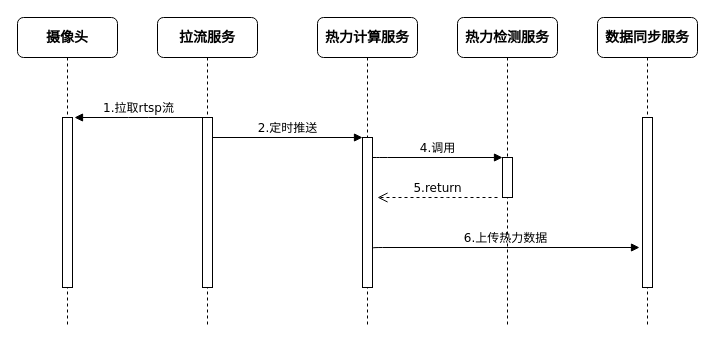
This is page "热力分析" (2 of 4) of 客流分析.drawio from xiaoxinyi/draw-io, a draw.io file, before an edit. Source tidied: cells renumbered, new cells numbered last; positions are measured from the earlier drawing's top-left corner, leaving out a move shared by most shapes. Both pictures are drawn from the tidied source at 100%, with x=0, y=0 at pixel (17, 17).
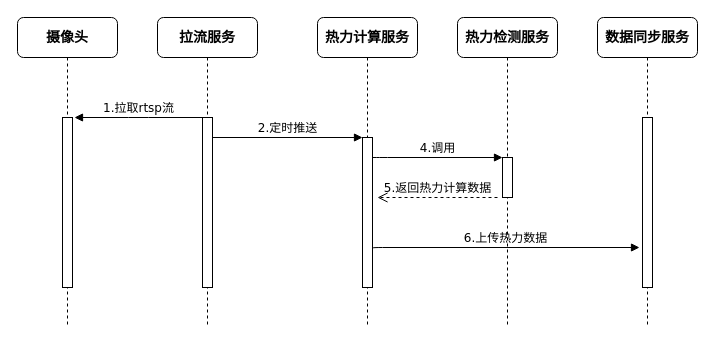
After the change.

What changed in the source:
```diff
@@
-    <mxCell id="15" value="5.return" style="html=1;verticalAlign=bottom;endArrow=open;dashed=1;endSize=8;labelBackgroundColor=none;fontFamily=Verdana;fontSize=12;edgeStyle=elbowEdgeStyle;elbow=vertical;" parent="1" edge="1">
+    <mxCell id="15" value="5.返回热力计算数据" style="html=1;verticalAlign=bottom;endArrow=open;dashed=1;endSize=8;labelBackgroundColor=none;fontFamily=Verdana;fontSize=12;edgeStyle=elbowEdgeStyle;elbow=vertical;" parent="1" edge="1">
       <mxGeometry relative="1" as="geometry">
         <mxPoint x="480" y="180" as="sourcePoint" />
         <mxPoint x="360" y="180" as="targetPoint" />
       </mxGeometry>
     </mxCell>
```
